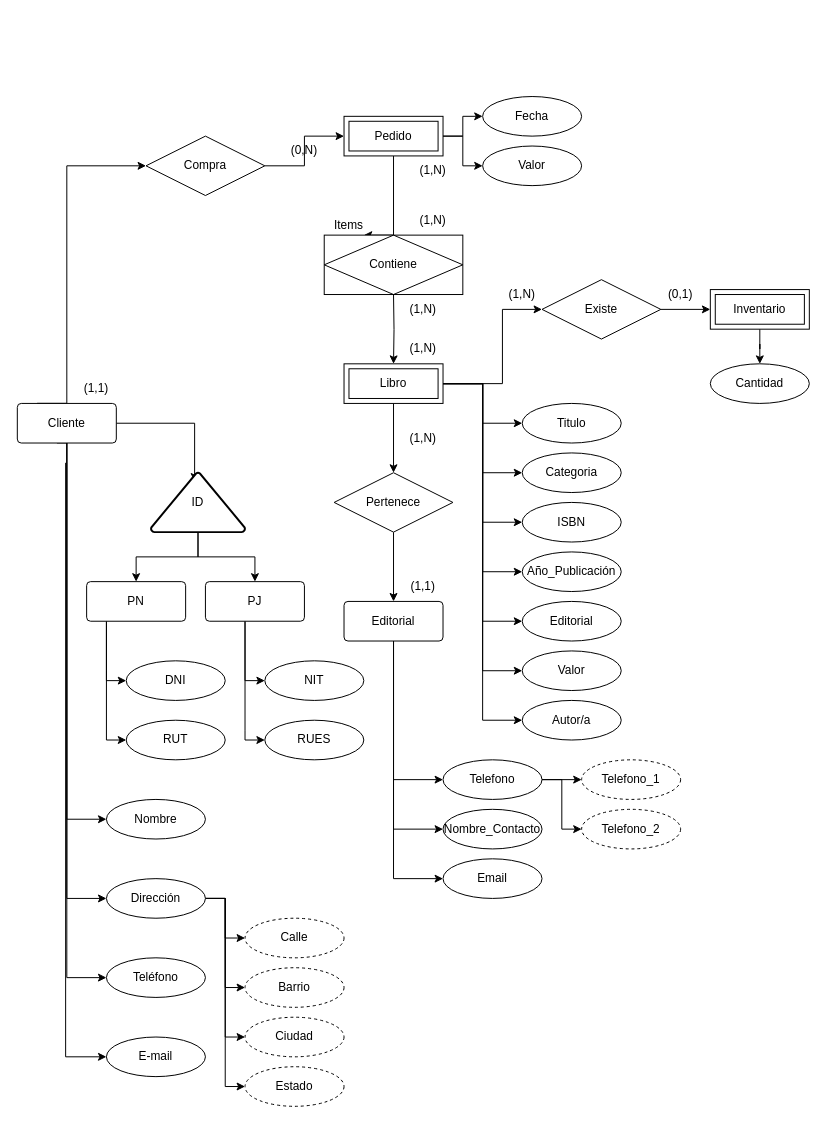
smringdesigns/modelo keeps this draw.io diagram as modelo.drawio. Above is the earlier version. Source tidied: cells renumbered, new cells numbered last; positions are measured from the earlier drawing's top-left corner, leaving out a move shared by most shapes. Both pictures are drawn from the tidied source at 99%, with x=0, y=0 at pixel (17, 96).
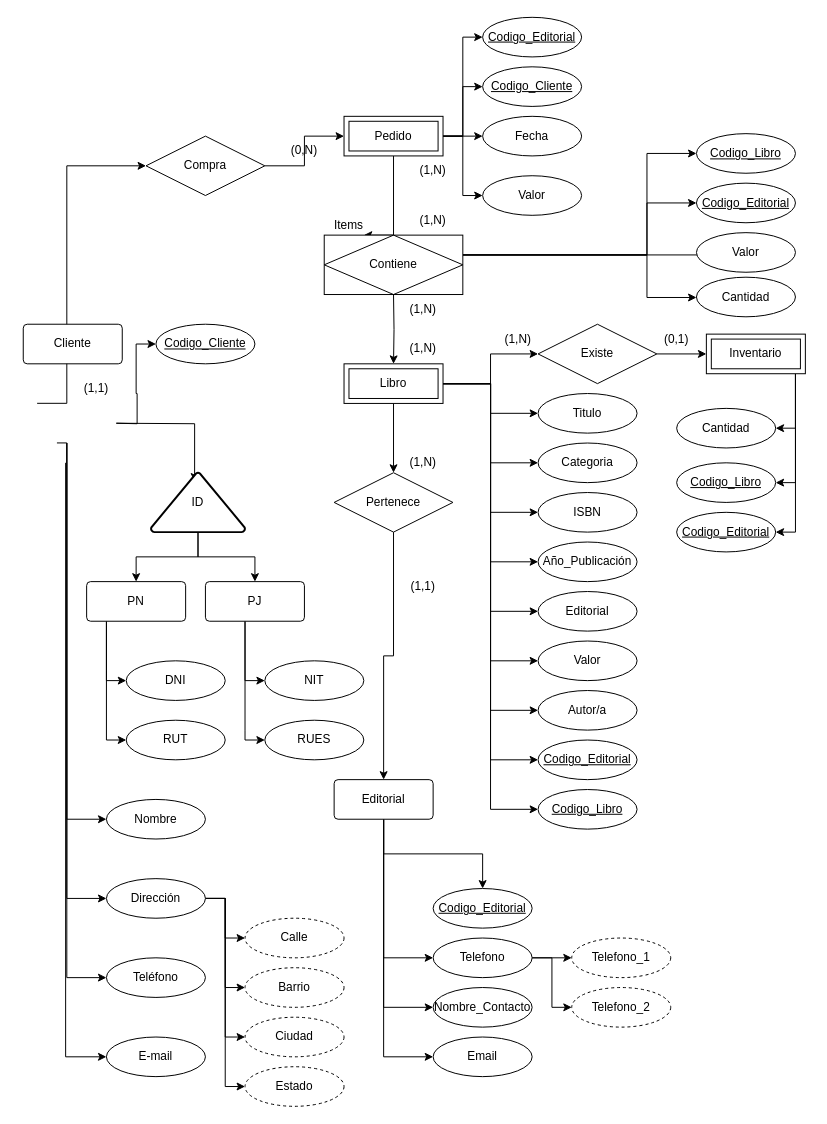
The same page after the edit.

Unchanged cells that the change refers to:
```xml
<mxCell id="16" value="Pedido" style="shape=ext;margin=3;double=1;whiteSpace=wrap;html=1;align=center;" parent="1" vertex="1">
  <mxGeometry x="330" y="20" width="100" height="40" as="geometry" />
</mxCell>
<mxCell id="26" value="Libro" style="shape=ext;margin=3;double=1;whiteSpace=wrap;html=1;align=center;" parent="1" vertex="1">
  <mxGeometry x="330" y="270" width="100" height="40" as="geometry" />
</mxCell>
<mxCell id="44" value="Contiene" style="shape=associativeEntity;whiteSpace=wrap;html=1;align=center;" parent="1" vertex="1">
  <mxGeometry x="310" y="140" width="140" height="60" as="geometry" />
</mxCell>
<mxCell id="50" value="ID" style="strokeWidth=2;html=1;shape=mxgraph.flowchart.extract_or_measurement;whiteSpace=wrap;" parent="1" vertex="1">
  <mxGeometry x="135" y="380" width="95" height="60" as="geometry" />
</mxCell>
<mxCell id="57" value="Nombre" style="ellipse;whiteSpace=wrap;html=1;align=center;" parent="1" vertex="1">
  <mxGeometry x="90" y="710" width="100" height="40" as="geometry" />
</mxCell>
<mxCell id="63" value="Teléfono" style="ellipse;whiteSpace=wrap;html=1;align=center;" parent="1" vertex="1">
  <mxGeometry x="90" y="870" width="100" height="40" as="geometry" />
</mxCell>
```

Change to the diagram source:
```diff
@@
-    <mxCell id="3" style="edgeStyle=orthogonalEdgeStyle;rounded=0;jettySize=auto;html=1;entryX=0;entryY=0.5;entryDx=0;entryDy=0;" parent="1" edge="1" source="8" target="57">
+    <mxCell id="3" style="edgeStyle=orthogonalEdgeStyle;rounded=0;jettySize=auto;html=1;entryX=0;entryY=0.5;entryDx=0;entryDy=0;" parent="1" edge="1" target="57">
       <mxGeometry relative="1" as="geometry">
+        <mxPoint x="50" y="350" as="sourcePoint" />
         <Array as="points">
           <mxPoint x="50" y="730" />
         </Array>
       </mxGeometry>
     </mxCell>
@@
-    <mxCell id="5" style="edgeStyle=orthogonalEdgeStyle;rounded=0;jettySize=auto;html=1;entryX=0;entryY=0.5;entryDx=0;entryDy=0;" parent="1" edge="1" source="8" target="63">
+    <mxCell id="5" style="edgeStyle=orthogonalEdgeStyle;rounded=0;jettySize=auto;html=1;entryX=0;entryY=0.5;entryDx=0;entryDy=0;" parent="1" edge="1" target="63">
       <mxGeometry relative="1" as="geometry">
+        <mxPoint x="50" y="350" as="sourcePoint" />
         <Array as="points">
           <mxPoint x="50" y="890" />
         </Array>
       </mxGeometry>
     </mxCell>
@@
-    <mxCell id="7" style="edgeStyle=orthogonalEdgeStyle;rounded=0;jettySize=auto;html=1;entryX=0.464;entryY=0.148;entryDx=0;entryDy=0;entryPerimeter=0;" parent="1" edge="1" source="8" target="50">
-      <mxGeometry relative="1" as="geometry" />
+    <mxCell id="7" style="edgeStyle=orthogonalEdgeStyle;rounded=0;jettySize=auto;html=1;entryX=0.464;entryY=0.148;entryDx=0;entryDy=0;entryPerimeter=0;" parent="1" edge="1" target="50">
+      <mxGeometry relative="1" as="geometry">
+        <mxPoint x="100" y="330" as="sourcePoint" />
+      </mxGeometry>
     </mxCell>
+    <mxCell id="90" style="edgeStyle=orthogonalEdgeStyle;rounded=0;jettySize=auto;html=1;entryX=0;entryY=0.5;entryDx=0;entryDy=0;" parent="1" edge="1" target="102">
+      <mxGeometry relative="1" as="geometry">
+        <mxPoint x="100" y="330" as="sourcePoint" />
+      </mxGeometry>
+    </mxCell>
     <mxCell id="8" value="Cliente" style="rounded=1;arcSize=10;whiteSpace=wrap;html=1;align=center;" parent="1" vertex="1">
-      <mxGeometry y="310" width="100" height="40" as="geometry" />
+      <mxGeometry x="6" y="230" width="100" height="40" as="geometry" />
     </mxCell>
@@
+    <mxCell id="91" style="edgeStyle=orthogonalEdgeStyle;rounded=0;jettySize=auto;html=1;" parent="1" edge="1" source="12" target="103">
+      <mxGeometry relative="1" as="geometry" />
+    </mxCell>
     <mxCell id="12" value="Editorial" style="rounded=1;arcSize=10;whiteSpace=wrap;html=1;align=center;" parent="1" vertex="1">
-      <mxGeometry x="330" y="510" width="100" height="40" as="geometry" />
+      <mxGeometry x="320" y="690" width="100" height="40" as="geometry" />
     </mxCell>
@@
+    <mxCell id="15" style="edgeStyle=orthogonalEdgeStyle;rounded=0;jettySize=auto;html=1;entryX=0;entryY=0.5;entryDx=0;entryDy=0;" parent="1" edge="1" source="16" target="74">
+      <mxGeometry relative="1" as="geometry" />
+    </mxCell>
+    <mxCell id="92" style="edgeStyle=orthogonalEdgeStyle;rounded=0;jettySize=auto;html=1;entryX=0;entryY=0.5;entryDx=0;entryDy=0;" parent="1" edge="1" source="16" target="104">
+      <mxGeometry relative="1" as="geometry" />
+    </mxCell>
-    <mxCell id="14" style="edgeStyle=orthogonalEdgeStyle;rounded=0;jettySize=auto;html=1;" parent="1" edge="1" source="16" target="73">
+    <mxCell id="14" style="edgeStyle=orthogonalEdgeStyle;rounded=0;jettySize=auto;html=1;entryX=0;entryY=0.5;entryDx=0;entryDy=0;" parent="1" edge="1" source="16" target="73">
       <mxGeometry relative="1" as="geometry" />
     </mxCell>
-    <mxCell id="15" style="edgeStyle=orthogonalEdgeStyle;rounded=0;jettySize=auto;html=1;entryX=0;entryY=0.5;entryDx=0;entryDy=0;" parent="1" edge="1" source="16" target="74">
-      <mxGeometry relative="1" as="geometry" />
-    </mxCell>
+    <mxCell id="93" style="edgeStyle=orthogonalEdgeStyle;rounded=0;jettySize=auto;html=1;entryX=0;entryY=0.5;entryDx=0;entryDy=0;" parent="1" edge="1" source="16" target="107">
+      <mxGeometry relative="1" as="geometry" />
+    </mxCell>
@@
-    <mxCell id="18" style="edgeStyle=orthogonalEdgeStyle;rounded=0;jettySize=auto;html=1;entryX=0;entryY=0.5;entryDx=0;entryDy=0;" parent="1" edge="1" source="26" target="41">
-      <mxGeometry relative="1" as="geometry">
-        <Array as="points">
-          <mxPoint x="490" y="290" />
-          <mxPoint x="490" y="215" />
-        </Array>
-      </mxGeometry>
-    </mxCell>
-    <mxCell id="19" style="edgeStyle=orthogonalEdgeStyle;rounded=0;jettySize=auto;html=1;" parent="1" edge="1" source="26" target="76">
-      <mxGeometry relative="1" as="geometry">
-        <Array as="points">
-          <mxPoint x="470" y="290" />
-          <mxPoint x="470" y="330" />
-        </Array>
-      </mxGeometry>
-    </mxCell>
@@
+    <mxCell id="19" style="edgeStyle=orthogonalEdgeStyle;rounded=0;jettySize=auto;html=1;entryX=0;entryY=0.5;entryDx=0;entryDy=0;" parent="1" edge="1" source="26" target="76">
+      <mxGeometry relative="1" as="geometry" />
+    </mxCell>
+    <mxCell id="18" style="edgeStyle=orthogonalEdgeStyle;rounded=0;jettySize=auto;html=1;entryX=0;entryY=0.5;entryDx=0;entryDy=0;" parent="1" edge="1" source="26" target="41">
+      <mxGeometry relative="1" as="geometry" />
+    </mxCell>
+    <mxCell id="94" style="edgeStyle=orthogonalEdgeStyle;rounded=0;jettySize=auto;html=1;entryX=0;entryY=0.5;entryDx=0;entryDy=0;" parent="1" edge="1" source="26" target="105">
+      <mxGeometry relative="1" as="geometry" />
+    </mxCell>
+    <mxCell id="95" style="edgeStyle=orthogonalEdgeStyle;rounded=0;jettySize=auto;html=1;entryX=0;entryY=0.5;entryDx=0;entryDy=0;" parent="1" edge="1" source="26" target="110">
+      <mxGeometry relative="1" as="geometry" />
+    </mxCell>
@@
-    <mxCell id="27" style="edgeStyle=orthogonalEdgeStyle;rounded=0;jettySize=auto;html=1;" parent="1" edge="1" source="28" target="75">
-      <mxGeometry relative="1" as="geometry" />
+    <mxCell id="27" style="edgeStyle=orthogonalEdgeStyle;rounded=0;jettySize=auto;html=1;entryX=1;entryY=0.5;entryDx=0;entryDy=0;" parent="1" edge="1" source="28" target="75">
+      <mxGeometry relative="1" as="geometry">
+        <Array as="points">
+          <mxPoint x="786" y="335" />
+        </Array>
+      </mxGeometry>
     </mxCell>
+    <mxCell id="96" style="edgeStyle=orthogonalEdgeStyle;rounded=0;jettySize=auto;html=1;entryX=1;entryY=0.5;entryDx=0;entryDy=0;" parent="1" edge="1" source="28" target="111">
+      <mxGeometry relative="1" as="geometry">
+        <Array as="points">
+          <mxPoint x="786" y="390" />
+        </Array>
+      </mxGeometry>
+    </mxCell>
+    <mxCell id="97" style="edgeStyle=orthogonalEdgeStyle;rounded=0;jettySize=auto;html=1;entryX=1;entryY=0.5;entryDx=0;entryDy=0;" parent="1" edge="1" source="28" target="106">
+      <mxGeometry relative="1" as="geometry">
+        <Array as="points">
+          <mxPoint x="786" y="440" />
+        </Array>
+      </mxGeometry>
+    </mxCell>
     <mxCell id="28" value="Inventario" style="shape=ext;margin=3;double=1;whiteSpace=wrap;html=1;align=center;" parent="1" vertex="1">
-      <mxGeometry x="700" y="195" width="100" height="40" as="geometry" />
+      <mxGeometry x="696" y="240" width="100" height="40" as="geometry" />
     </mxCell>
@@
     <mxCell id="38" value="(1,N)" style="text;html=1;align=center;verticalAlign=middle;whiteSpace=wrap;rounded=0;" parent="1" vertex="1">
-      <mxGeometry x="380" y="330" width="60" height="30" as="geometry" />
+      <mxGeometry x="380" y="355" width="60" height="30" as="geometry" />
     </mxCell>
@@
     <mxCell id="41" value="Existe" style="shape=rhombus;perimeter=rhombusPerimeter;whiteSpace=wrap;html=1;align=center;" parent="1" vertex="1">
-      <mxGeometry x="530" y="185" width="120" height="60" as="geometry" />
+      <mxGeometry x="526" y="230" width="120" height="60" as="geometry" />
     </mxCell>
     <mxCell id="42" value="(1,N)" style="text;html=1;align=center;verticalAlign=middle;whiteSpace=wrap;rounded=0;" parent="1" vertex="1">
-      <mxGeometry x="480" y="185" width="60" height="30" as="geometry" />
+      <mxGeometry x="476" y="230" width="60" height="30" as="geometry" />
     </mxCell>
     <mxCell id="43" value="(0,1)" style="text;html=1;align=center;verticalAlign=middle;whiteSpace=wrap;rounded=0;" parent="1" vertex="1">
-      <mxGeometry x="640" y="185" width="60" height="30" as="geometry" />
+      <mxGeometry x="636" y="230" width="60" height="30" as="geometry" />
     </mxCell>
+    <mxCell id="98" style="edgeStyle=orthogonalEdgeStyle;rounded=0;jettySize=auto;html=1;" parent="1" edge="1" source="44" target="108">
+      <mxGeometry relative="1" as="geometry">
+        <Array as="points">
+          <mxPoint x="636" y="160" />
+          <mxPoint x="636" y="203" />
+        </Array>
+      </mxGeometry>
+    </mxCell>
+    <mxCell id="99" style="edgeStyle=orthogonalEdgeStyle;rounded=0;jettySize=auto;html=1;entryX=0;entryY=0.5;entryDx=0;entryDy=0;" parent="1" edge="1" source="44" target="112">
+      <mxGeometry relative="1" as="geometry">
+        <Array as="points">
+          <mxPoint x="636" y="160" />
+          <mxPoint x="636" y="108" />
+        </Array>
+      </mxGeometry>
+    </mxCell>
+    <mxCell id="100" style="edgeStyle=orthogonalEdgeStyle;rounded=0;jettySize=auto;html=1;entryX=0;entryY=0.5;entryDx=0;entryDy=0;" parent="1" edge="1" source="44" target="113">
+      <mxGeometry relative="1" as="geometry">
+        <Array as="points">
+          <mxPoint x="636" y="160" />
+          <mxPoint x="636" y="58" />
+        </Array>
+      </mxGeometry>
+    </mxCell>
+    <mxCell id="101" style="edgeStyle=orthogonalEdgeStyle;rounded=0;jettySize=auto;html=1;entryX=0;entryY=0.5;entryDx=0;entryDy=0;" parent="1" edge="1" source="44" target="109">
+      <mxGeometry relative="1" as="geometry">
+        <Array as="points">
+          <mxPoint x="706" y="160" />
+        </Array>
+      </mxGeometry>
+    </mxCell>
@@
     <mxCell id="73" value="Fecha" style="ellipse;whiteSpace=wrap;html=1;align=center;" parent="1" vertex="1">
-      <mxGeometry x="470" width="100" height="40" as="geometry" />
+      <mxGeometry x="470" y="20" width="100" height="40" as="geometry" />
     </mxCell>
     <mxCell id="74" value="Valor" style="ellipse;whiteSpace=wrap;html=1;align=center;" parent="1" vertex="1">
-      <mxGeometry x="470" y="50" width="100" height="40" as="geometry" />
+      <mxGeometry x="470" y="80" width="100" height="40" as="geometry" />
     </mxCell>
     <mxCell id="75" value="Cantidad" style="ellipse;whiteSpace=wrap;html=1;align=center;" parent="1" vertex="1">
-      <mxGeometry x="700" y="270" width="100" height="40" as="geometry" />
+      <mxGeometry x="666" y="315" width="100" height="40" as="geometry" />
     </mxCell>
     <mxCell id="76" value="Titulo" style="ellipse;whiteSpace=wrap;html=1;align=center;" parent="1" vertex="1">
-      <mxGeometry x="510" y="310" width="100" height="40" as="geometry" />
+      <mxGeometry x="526" y="300" width="100" height="40" as="geometry" />
     </mxCell>
     <mxCell id="77" value="Categoria" style="ellipse;whiteSpace=wrap;html=1;align=center;" parent="1" vertex="1">
-      <mxGeometry x="510" y="360" width="100" height="40" as="geometry" />
+      <mxGeometry x="526" y="350" width="100" height="40" as="geometry" />
     </mxCell>
     <mxCell id="78" value="ISBN" style="ellipse;whiteSpace=wrap;html=1;align=center;" parent="1" vertex="1">
-      <mxGeometry x="510" y="410" width="100" height="40" as="geometry" />
+      <mxGeometry x="526" y="400" width="100" height="40" as="geometry" />
     </mxCell>
     <mxCell id="79" value="Año_Publicación" style="ellipse;whiteSpace=wrap;html=1;align=center;" parent="1" vertex="1">
-      <mxGeometry x="510" y="460" width="100" height="40" as="geometry" />
+      <mxGeometry x="526" y="450" width="100" height="40" as="geometry" />
     </mxCell>
     <mxCell id="80" value="Editorial" style="ellipse;whiteSpace=wrap;html=1;align=center;" parent="1" vertex="1">
-      <mxGeometry x="510" y="510" width="100" height="40" as="geometry" />
+      <mxGeometry x="526" y="500" width="100" height="40" as="geometry" />
     </mxCell>
     <mxCell id="81" value="Valor" style="ellipse;whiteSpace=wrap;html=1;align=center;" parent="1" vertex="1">
-      <mxGeometry x="510" y="560" width="100" height="40" as="geometry" />
+      <mxGeometry x="526" y="550" width="100" height="40" as="geometry" />
     </mxCell>
     <mxCell id="82" value="Autor/a" style="ellipse;whiteSpace=wrap;html=1;align=center;" parent="1" vertex="1">
-      <mxGeometry x="510" y="610" width="100" height="40" as="geometry" />
+      <mxGeometry x="526" y="600" width="100" height="40" as="geometry" />
     </mxCell>
@@
     <mxCell id="85" value="Telefono" style="ellipse;whiteSpace=wrap;html=1;align=center;" parent="1" vertex="1">
-      <mxGeometry x="430" y="670" width="100" height="40" as="geometry" />
+      <mxGeometry x="420" y="850" width="100" height="40" as="geometry" />
     </mxCell>
     <mxCell id="86" value="Nombre_Contacto" style="ellipse;whiteSpace=wrap;html=1;align=center;" parent="1" vertex="1">
-      <mxGeometry x="430" y="720" width="100" height="40" as="geometry" />
+      <mxGeometry x="420" y="900" width="100" height="40" as="geometry" />
     </mxCell>
     <mxCell id="87" value="Email" style="ellipse;whiteSpace=wrap;html=1;align=center;" parent="1" vertex="1">
-      <mxGeometry x="430" y="770" width="100" height="40" as="geometry" />
+      <mxGeometry x="420" y="950" width="100" height="40" as="geometry" />
     </mxCell>
     <mxCell id="88" value="Telefono_1" style="ellipse;whiteSpace=wrap;html=1;align=center;dashed=1;" parent="1" vertex="1">
-      <mxGeometry x="570" y="670" width="100" height="40" as="geometry" />
+      <mxGeometry x="560" y="850" width="100" height="40" as="geometry" />
     </mxCell>
     <mxCell id="89" value="Telefono_2" style="ellipse;whiteSpace=wrap;html=1;align=center;dashed=1;" parent="1" vertex="1">
-      <mxGeometry x="570" y="720" width="100" height="40" as="geometry" />
+      <mxGeometry x="560" y="900" width="100" height="40" as="geometry" />
     </mxCell>
+    <mxCell id="102" value="Codigo_Cliente" style="ellipse;whiteSpace=wrap;html=1;align=center;fontStyle=4;" parent="1" vertex="1">
+      <mxGeometry x="140" y="230" width="100" height="40" as="geometry" />
+    </mxCell>
+    <mxCell id="103" value="Codigo_Editorial" style="ellipse;whiteSpace=wrap;html=1;align=center;fontStyle=4;" parent="1" vertex="1">
+      <mxGeometry x="420" y="800" width="100" height="40" as="geometry" />
+    </mxCell>
+    <mxCell id="104" value="Codigo_Cliente" style="ellipse;whiteSpace=wrap;html=1;align=center;fontStyle=4;" parent="1" vertex="1">
+      <mxGeometry x="470" y="-30" width="100" height="40" as="geometry" />
+    </mxCell>
+    <mxCell id="105" value="Codigo_Editorial" style="ellipse;whiteSpace=wrap;html=1;align=center;fontStyle=4;" parent="1" vertex="1">
+      <mxGeometry x="526" y="650" width="100" height="40" as="geometry" />
+    </mxCell>
+    <mxCell id="106" value="Codigo_Editorial" style="ellipse;whiteSpace=wrap;html=1;align=center;fontStyle=4;" parent="1" vertex="1">
+      <mxGeometry x="666" y="420" width="100" height="40" as="geometry" />
+    </mxCell>
+    <mxCell id="107" value="Codigo_Editorial" style="ellipse;whiteSpace=wrap;html=1;align=center;fontStyle=4;" parent="1" vertex="1">
+      <mxGeometry x="470" y="-80" width="100" height="40" as="geometry" />
+    </mxCell>
+    <mxCell id="108" value="Cantidad" style="ellipse;whiteSpace=wrap;html=1;align=center;" parent="1" vertex="1">
+      <mxGeometry x="686" y="182.5" width="100" height="40" as="geometry" />
+    </mxCell>
+    <mxCell id="109" value="Valor" style="ellipse;whiteSpace=wrap;html=1;align=center;" parent="1" vertex="1">
+      <mxGeometry x="686" y="137.5" width="100" height="40" as="geometry" />
+    </mxCell>
+    <mxCell id="110" value="Codigo_Libro" style="ellipse;whiteSpace=wrap;html=1;align=center;fontStyle=4;" parent="1" vertex="1">
+      <mxGeometry x="526" y="700" width="100" height="40" as="geometry" />
+    </mxCell>
+    <mxCell id="111" value="Codigo_Libro" style="ellipse;whiteSpace=wrap;html=1;align=center;fontStyle=4;" parent="1" vertex="1">
+      <mxGeometry x="666" y="370" width="100" height="40" as="geometry" />
+    </mxCell>
+    <mxCell id="112" value="Codigo_Editorial" style="ellipse;whiteSpace=wrap;html=1;align=center;fontStyle=4;" parent="1" vertex="1">
+      <mxGeometry x="686" y="87.5" width="100" height="40" as="geometry" />
+    </mxCell>
+    <mxCell id="113" value="Codigo_Libro" style="ellipse;whiteSpace=wrap;html=1;align=center;fontStyle=4;" parent="1" vertex="1">
+      <mxGeometry x="686" y="37.5" width="100" height="40" as="geometry" />
+    </mxCell>
```
